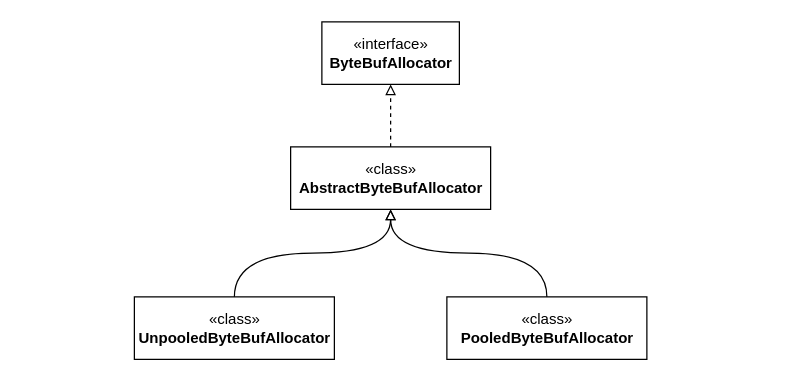
This is Netty图示/内存分配器类图.drawio from yongliangcode/diagram, a draw.io file, before an edit. Source tidied: cells renumbered, new cells numbered last; positions are measured from the earlier drawing's top-left corner, leaving out a move shared by most shapes. Both pictures are drawn from the tidied source at 125%, with x=0, y=0 at pixel (134, 21).
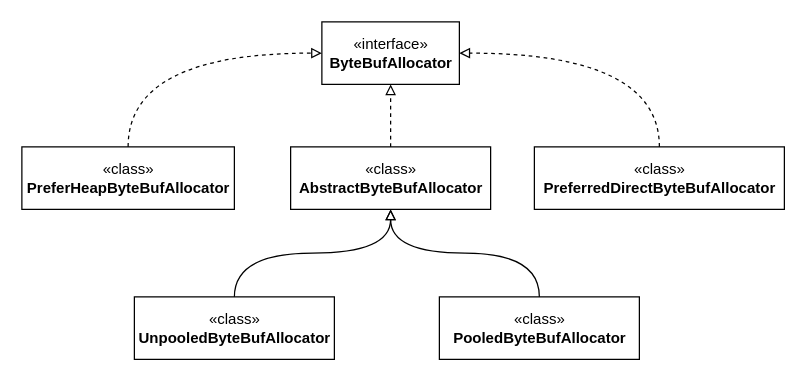
The same page after the edit.

Commit message (it also covers changes not shown here):
Update 内存分配器类图.drawio

Diff of the diagram source:
```diff
@@
 <mxGraphModel>
   <root>
     <mxCell id="0" />
     <mxCell id="1" parent="0" />
     <mxCell id="2" value="«interface»&lt;br&gt;&lt;b&gt;ByteBufAllocator&lt;/b&gt;" style="html=1;" parent="1" vertex="1">
       <mxGeometry x="150" width="110" height="50" as="geometry" />
     </mxCell>
     <mxCell id="3" style="edgeStyle=orthogonalEdgeStyle;rounded=0;jettySize=auto;html=1;exitX=0.5;exitY=0;exitDx=0;exitDy=0;entryX=0.5;entryY=1;entryDx=0;entryDy=0;exitPerimeter=0;dashed=1;endArrow=block;endFill=0;" parent="1" edge="1" source="4" target="2">
       <mxGeometry relative="1" as="geometry" />
     </mxCell>
     <mxCell id="4" value="«class»&lt;br&gt;&lt;b&gt;AbstractByteBufAllocator&lt;/b&gt;" style="html=1;" parent="1" vertex="1">
       <mxGeometry x="125" y="100" width="160" height="50" as="geometry" />
     </mxCell>
     <mxCell id="5" style="edgeStyle=orthogonalEdgeStyle;rounded=0;jettySize=auto;html=1;exitX=0.5;exitY=0;exitDx=0;exitDy=0;entryX=0.5;entryY=1;entryDx=0;entryDy=0;endArrow=block;endFill=0;curved=1;" parent="1" edge="1" source="6" target="4">
       <mxGeometry relative="1" as="geometry" />
     </mxCell>
     <mxCell id="6" value="«class»&lt;br&gt;&lt;b&gt;UnpooledByteBufAllocator&lt;/b&gt;" style="html=1;" parent="1" vertex="1">
       <mxGeometry y="220" width="160" height="50" as="geometry" />
     </mxCell>
     <mxCell id="7" style="edgeStyle=orthogonalEdgeStyle;curved=1;rounded=0;jettySize=auto;html=1;endArrow=block;endFill=0;" parent="1" edge="1" source="8" target="4">
       <mxGeometry relative="1" as="geometry" />
     </mxCell>
     <mxCell id="8" value="«class»&lt;br&gt;&lt;b&gt;PooledByteBufAllocator&lt;/b&gt;" style="html=1;" parent="1" vertex="1">
-      <mxGeometry x="250" y="220" width="160" height="50" as="geometry" />
+      <mxGeometry x="244" y="220" width="160" height="50" as="geometry" />
     </mxCell>
+    <mxCell id="9" style="edgeStyle=orthogonalEdgeStyle;curved=1;rounded=0;jettySize=auto;html=1;entryX=1;entryY=0.5;entryDx=0;entryDy=0;endArrow=block;endFill=0;exitX=0.5;exitY=0;exitDx=0;exitDy=0;dashed=1;" parent="1" edge="1" source="10" target="2">
+      <mxGeometry relative="1" as="geometry" />
+    </mxCell>
+    <mxCell id="10" value="«class»&lt;br&gt;&lt;b&gt;PreferredDirectByteBufAllocator&lt;/b&gt;" style="html=1;" parent="1" vertex="1">
+      <mxGeometry x="320" y="100" width="200" height="50" as="geometry" />
+    </mxCell>
+    <mxCell id="11" style="edgeStyle=orthogonalEdgeStyle;curved=1;rounded=0;jettySize=auto;html=1;exitX=0.5;exitY=0;exitDx=0;exitDy=0;entryX=0;entryY=0.5;entryDx=0;entryDy=0;endArrow=block;endFill=0;dashed=1;" parent="1" edge="1" source="12" target="2">
+      <mxGeometry relative="1" as="geometry" />
+    </mxCell>
+    <mxCell id="12" value="«class»&lt;br&gt;&lt;b&gt;PreferHeapByteBufAllocator&lt;/b&gt;" style="html=1;" parent="1" vertex="1">
+      <mxGeometry x="-90" y="100" width="170" height="50" as="geometry" />
+    </mxCell>
   </root>
 </mxGraphModel>
```
